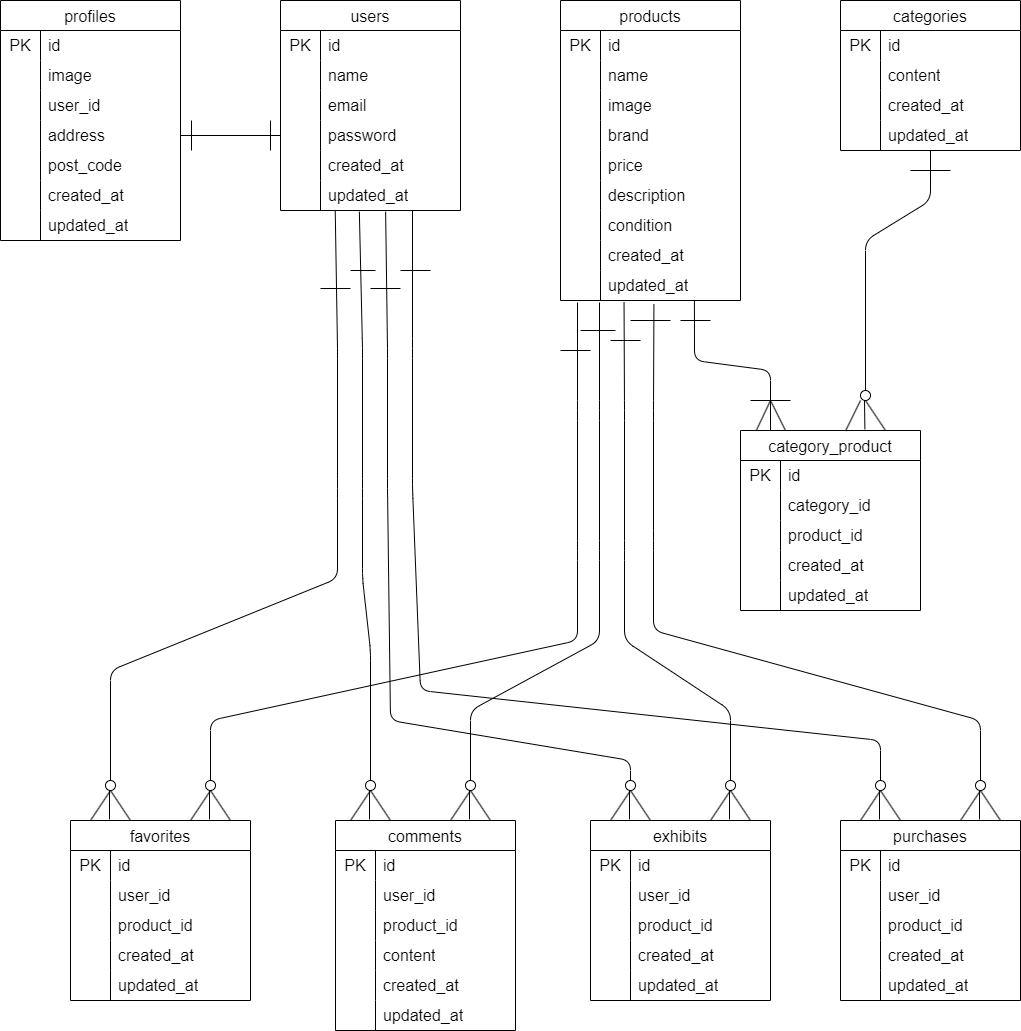
The draw.io diagram others/er.drawio.png in yuuzaki2000/freema, before a commit. Source tidied: cells renumbered, new cells last; positions are measured from the earlier drawing's top-left corner, leaving out a move shared by most shapes.
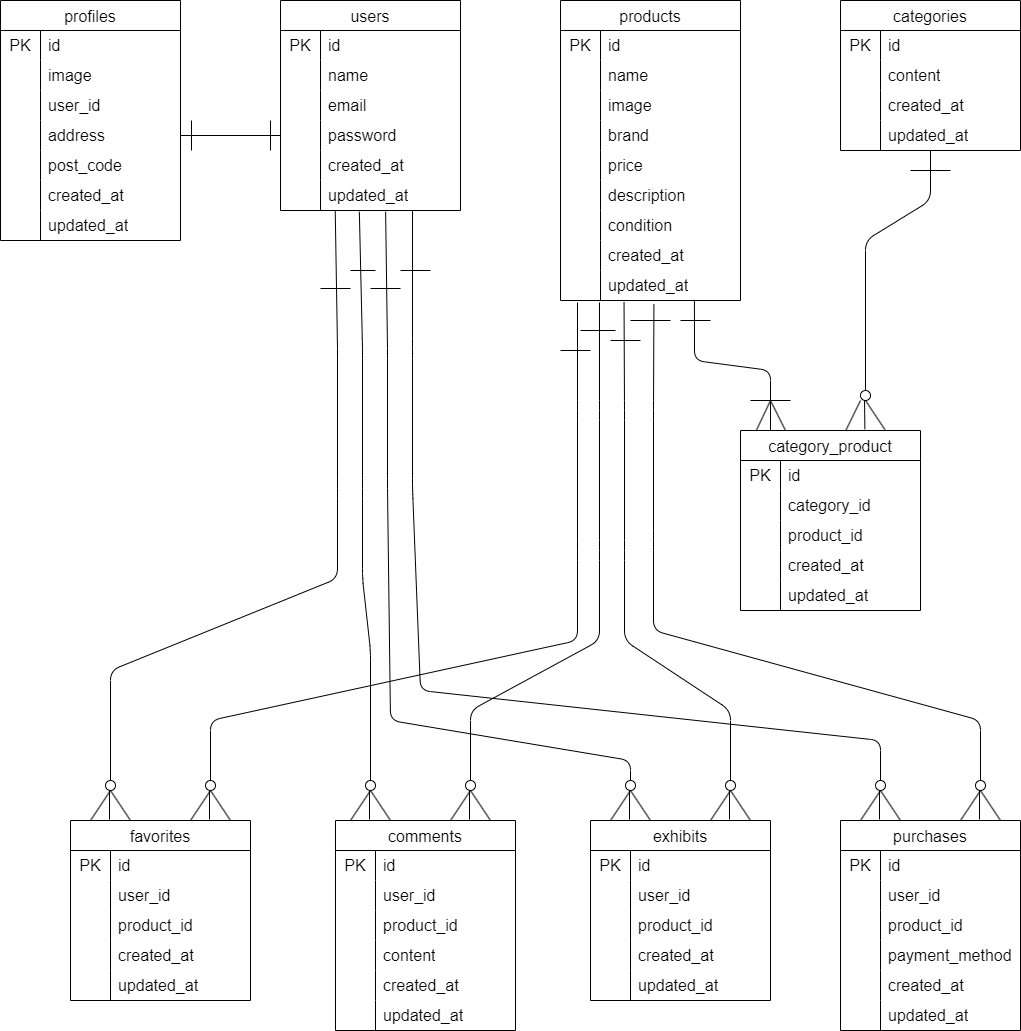
After the commit.

What changed in the source:
```diff
@@ -551,7 +551,7 @@
       <mxGeometry x="40" width="140" height="30" as="geometry" />
     </mxCell>
     <mxCell id="168" value="purchases" style="shape=table;startSize=30;rowLines=0;fontStyle=0;strokeColor=default;fontSize=16;" parent="1" vertex="1">
-      <mxGeometry x="840" y="820" width="180" height="180" as="geometry" />
+      <mxGeometry x="840" y="820" width="180" height="210" as="geometry" />
     </mxCell>
     <mxCell id="169" style="shape=tableRow;horizontal=0;startSize=0;swimlaneHead=0;swimlaneBody=0;top=0;left=0;bottom=0;right=0;fillColor=none;strokeColor=inherit;fontSize=16;" parent="168" vertex="1">
       <mxGeometry y="30" width="180" height="30" as="geometry" />
@@ -586,7 +586,7 @@
     <mxCell id="179" style="shape=partialRectangle;html=1;whiteSpace=wrap;fillColor=none;top=0;left=0;bottom=0;right=0;overflow=hidden;strokeColor=inherit;fontSize=16;" parent="178" vertex="1">
       <mxGeometry width="40" height="30" as="geometry" />
     </mxCell>
-    <mxCell id="180" value="created_at" style="shape=partialRectangle;html=1;whiteSpace=wrap;fillColor=none;top=0;left=0;bottom=0;right=0;align=left;spacingLeft=6;overflow=hidden;strokeColor=inherit;fontSize=16;" parent="178" vertex="1">
+    <mxCell id="180" value="payment_method" style="shape=partialRectangle;html=1;whiteSpace=wrap;fillColor=none;top=0;left=0;bottom=0;right=0;align=left;spacingLeft=6;overflow=hidden;strokeColor=inherit;fontSize=16;" parent="178" vertex="1">
       <mxGeometry x="40" width="140" height="30" as="geometry" />
     </mxCell>
     <mxCell id="181" style="shape=tableRow;horizontal=0;startSize=0;swimlaneHead=0;swimlaneBody=0;top=0;left=0;bottom=0;right=0;fillColor=none;strokeColor=inherit;fontSize=16;" parent="168" vertex="1">
@@ -595,9 +595,18 @@
     <mxCell id="182" style="shape=partialRectangle;html=1;whiteSpace=wrap;fillColor=none;top=0;left=0;bottom=0;right=0;overflow=hidden;strokeColor=inherit;fontSize=16;" parent="181" vertex="1">
       <mxGeometry width="40" height="30" as="geometry" />
     </mxCell>
-    <mxCell id="183" value="updated_at" style="shape=partialRectangle;html=1;whiteSpace=wrap;fillColor=none;top=0;left=0;bottom=0;right=0;align=left;spacingLeft=6;overflow=hidden;strokeColor=inherit;fontSize=16;" parent="181" vertex="1">
+    <mxCell id="183" value="created_at" style="shape=partialRectangle;html=1;whiteSpace=wrap;fillColor=none;top=0;left=0;bottom=0;right=0;align=left;spacingLeft=6;overflow=hidden;strokeColor=inherit;fontSize=16;" parent="181" vertex="1">
       <mxGeometry x="40" width="140" height="30" as="geometry" />
     </mxCell>
+    <mxCell id="230" style="shape=tableRow;horizontal=0;startSize=0;swimlaneHead=0;swimlaneBody=0;top=0;left=0;bottom=0;right=0;fillColor=none;strokeColor=inherit;fontSize=16;" parent="168" vertex="1">
+      <mxGeometry y="180" width="180" height="30" as="geometry" />
+    </mxCell>
+    <mxCell id="231" style="shape=partialRectangle;html=1;whiteSpace=wrap;fillColor=none;top=0;left=0;bottom=0;right=0;overflow=hidden;strokeColor=inherit;fontSize=16;" parent="230" vertex="1">
+      <mxGeometry width="40" height="30" as="geometry" />
+    </mxCell>
+    <mxCell id="232" value="updated_at" style="shape=partialRectangle;html=1;whiteSpace=wrap;fillColor=none;top=0;left=0;bottom=0;right=0;align=left;spacingLeft=6;overflow=hidden;strokeColor=inherit;fontSize=16;" parent="230" vertex="1">
+      <mxGeometry x="40" width="140" height="30" as="geometry" />
+    </mxCell>
     <mxCell id="184" style="ellipse;whiteSpace=wrap;html=1;" parent="1" vertex="1">
       <mxGeometry x="725" y="780" width="10" height="10" as="geometry" />
     </mxCell>
```
